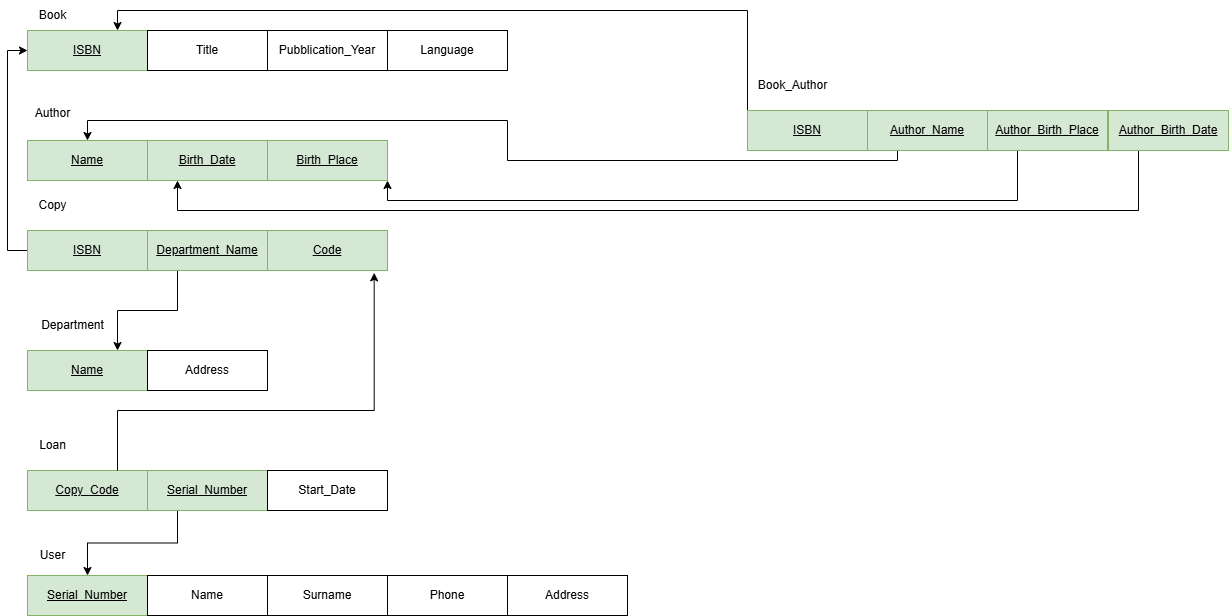
michele25-10/BasiDatiBiblioteca keeps this draw.io diagram as public/SchemaRelazionale.png. Above is the earlier version. Source tidied: cells renumbered, new cells last; positions are measured from the earlier drawing's top-left corner, leaving out a move shared by most shapes. Source of this version:
```xml
<mxGraphModel>
  <root>
    <mxCell id="0" />
    <mxCell id="1" parent="0" />
    <mxCell id="2" value="&lt;u&gt;ISBN&lt;/u&gt;" style="rounded=0;whiteSpace=wrap;html=1;fillColor=#d5e8d4;strokeColor=#82b366;" parent="1" vertex="1">
      <mxGeometry x="5" y="30" width="120" height="40" as="geometry" />
    </mxCell>
    <mxCell id="3" value="Book" style="text;html=1;align=center;verticalAlign=middle;strokeColor=none;fillColor=none;" parent="1" vertex="1">
      <mxGeometry x="5" width="50" height="30" as="geometry" />
    </mxCell>
    <mxCell id="4" value="Title" style="rounded=0;whiteSpace=wrap;html=1;" parent="1" vertex="1">
      <mxGeometry x="125" y="30" width="120" height="40" as="geometry" />
    </mxCell>
    <mxCell id="5" value="Pubblication_Year" style="rounded=0;whiteSpace=wrap;html=1;" parent="1" vertex="1">
      <mxGeometry x="245" y="30" width="120" height="40" as="geometry" />
    </mxCell>
    <mxCell id="6" value="Language" style="rounded=0;whiteSpace=wrap;html=1;" parent="1" vertex="1">
      <mxGeometry x="365" y="30" width="120" height="40" as="geometry" />
    </mxCell>
    <mxCell id="7" value="Author" style="text;html=1;align=center;verticalAlign=middle;strokeColor=none;fillColor=none;" parent="1" vertex="1">
      <mxGeometry y="98" width="60" height="30" as="geometry" />
    </mxCell>
    <mxCell id="8" value="&lt;u&gt;Name&lt;/u&gt;" style="rounded=0;whiteSpace=wrap;html=1;fillColor=#d5e8d4;strokeColor=#82b366;" parent="1" vertex="1">
      <mxGeometry x="5" y="140" width="120" height="40" as="geometry" />
    </mxCell>
    <mxCell id="9" value="&lt;u&gt;Birth_Date&lt;/u&gt;" style="rounded=0;whiteSpace=wrap;html=1;fillColor=#d5e8d4;strokeColor=#82b366;" parent="1" vertex="1">
      <mxGeometry x="125" y="140" width="120" height="40" as="geometry" />
    </mxCell>
    <mxCell id="10" value="&lt;u&gt;Birth_Place&lt;/u&gt;" style="rounded=0;whiteSpace=wrap;html=1;fillColor=#d5e8d4;strokeColor=#82b366;" parent="1" vertex="1">
      <mxGeometry x="245" y="140" width="120" height="40" as="geometry" />
    </mxCell>
    <mxCell id="11" value="Copy" style="text;html=1;align=center;verticalAlign=middle;strokeColor=none;fillColor=none;" parent="1" vertex="1">
      <mxGeometry x="5" y="190" width="50" height="30" as="geometry" />
    </mxCell>
    <mxCell id="12" style="edgeStyle=orthogonalEdgeStyle;rounded=0;jettySize=auto;html=1;exitX=0;exitY=0.5;exitDx=0;exitDy=0;entryX=0;entryY=0.5;entryDx=0;entryDy=0;" parent="1" edge="1" source="13" target="2">
      <mxGeometry relative="1" as="geometry" />
    </mxCell>
    <mxCell id="13" value="&lt;u&gt;ISBN&lt;/u&gt;" style="rounded=0;whiteSpace=wrap;html=1;fillColor=#d5e8d4;strokeColor=#82b366;" parent="1" vertex="1">
      <mxGeometry x="5" y="230" width="120" height="40" as="geometry" />
    </mxCell>
    <mxCell id="14" value="Department" style="text;html=1;align=center;verticalAlign=middle;strokeColor=none;fillColor=none;" parent="1" vertex="1">
      <mxGeometry x="5" y="310" width="90" height="30" as="geometry" />
    </mxCell>
    <mxCell id="15" value="&lt;u&gt;Name&lt;/u&gt;" style="rounded=0;whiteSpace=wrap;html=1;fillColor=#d5e8d4;strokeColor=#82b366;" parent="1" vertex="1">
      <mxGeometry x="5" y="350" width="120" height="40" as="geometry" />
    </mxCell>
    <mxCell id="16" value="Address" style="rounded=0;whiteSpace=wrap;html=1;" parent="1" vertex="1">
      <mxGeometry x="125" y="350" width="120" height="40" as="geometry" />
    </mxCell>
    <mxCell id="17" value="Loan" style="text;html=1;align=center;verticalAlign=middle;strokeColor=none;fillColor=none;" parent="1" vertex="1">
      <mxGeometry x="5" y="430" width="50" height="30" as="geometry" />
    </mxCell>
    <mxCell id="18" value="&lt;u&gt;Copy_Code&lt;/u&gt;" style="rounded=0;whiteSpace=wrap;html=1;fillColor=#d5e8d4;strokeColor=#82b366;" parent="1" vertex="1">
      <mxGeometry x="5" y="470" width="120" height="40" as="geometry" />
    </mxCell>
    <mxCell id="19" style="edgeStyle=orthogonalEdgeStyle;rounded=0;jettySize=auto;html=1;exitX=0.25;exitY=1;exitDx=0;exitDy=0;" parent="1" edge="1" source="20" target="23">
      <mxGeometry relative="1" as="geometry" />
    </mxCell>
    <mxCell id="20" value="&lt;u&gt;Serial_Number&lt;/u&gt;" style="rounded=0;whiteSpace=wrap;html=1;fillColor=#d5e8d4;strokeColor=#82b366;" parent="1" vertex="1">
      <mxGeometry x="125" y="470" width="120" height="40" as="geometry" />
    </mxCell>
    <mxCell id="21" value="Start_Date" style="rounded=0;whiteSpace=wrap;html=1;" parent="1" vertex="1">
      <mxGeometry x="245" y="470" width="120" height="40" as="geometry" />
    </mxCell>
    <mxCell id="22" value="User" style="text;html=1;align=center;verticalAlign=middle;strokeColor=none;fillColor=none;" parent="1" vertex="1">
      <mxGeometry x="5" y="540" width="50" height="30" as="geometry" />
    </mxCell>
    <mxCell id="23" value="&lt;u&gt;Serial_Number&lt;/u&gt;" style="rounded=0;whiteSpace=wrap;html=1;fillColor=#d5e8d4;strokeColor=#82b366;" parent="1" vertex="1">
      <mxGeometry x="5" y="575" width="120" height="40" as="geometry" />
    </mxCell>
    <mxCell id="24" value="Name" style="rounded=0;whiteSpace=wrap;html=1;" parent="1" vertex="1">
      <mxGeometry x="125" y="575" width="120" height="40" as="geometry" />
    </mxCell>
    <mxCell id="25" value="Surname" style="rounded=0;whiteSpace=wrap;html=1;" parent="1" vertex="1">
      <mxGeometry x="245" y="575" width="120" height="40" as="geometry" />
    </mxCell>
    <mxCell id="26" value="Phone" style="rounded=0;whiteSpace=wrap;html=1;" parent="1" vertex="1">
      <mxGeometry x="365" y="575" width="120" height="40" as="geometry" />
    </mxCell>
    <mxCell id="27" value="Address" style="rounded=0;whiteSpace=wrap;html=1;" parent="1" vertex="1">
      <mxGeometry x="485" y="575" width="120" height="40" as="geometry" />
    </mxCell>
    <mxCell id="28" value="Book_Author" style="text;html=1;align=center;verticalAlign=middle;strokeColor=none;fillColor=none;" parent="1" vertex="1">
      <mxGeometry x="725" y="70" width="90" height="30" as="geometry" />
    </mxCell>
    <mxCell id="29" style="edgeStyle=orthogonalEdgeStyle;rounded=0;jettySize=auto;html=1;exitX=0;exitY=0;exitDx=0;exitDy=0;entryX=0.75;entryY=0;entryDx=0;entryDy=0;" parent="1" edge="1" source="30" target="2">
      <mxGeometry relative="1" as="geometry" />
    </mxCell>
    <mxCell id="30" value="&lt;u&gt;ISBN&lt;/u&gt;" style="rounded=0;whiteSpace=wrap;html=1;fillColor=#d5e8d4;strokeColor=#82b366;" parent="1" vertex="1">
      <mxGeometry x="725" y="110" width="120" height="40" as="geometry" />
    </mxCell>
    <mxCell id="31" style="edgeStyle=orthogonalEdgeStyle;rounded=0;jettySize=auto;html=1;exitX=0.25;exitY=1;exitDx=0;exitDy=0;entryX=0.5;entryY=0;entryDx=0;entryDy=0;" parent="1" edge="1" source="32" target="8">
      <mxGeometry relative="1" as="geometry">
        <Array as="points">
          <mxPoint x="875" y="160" />
          <mxPoint x="485" y="160" />
          <mxPoint x="485" y="120" />
          <mxPoint x="65" y="120" />
        </Array>
      </mxGeometry>
    </mxCell>
    <mxCell id="32" value="&lt;u&gt;Author_Name&lt;/u&gt;" style="rounded=0;whiteSpace=wrap;html=1;fillColor=#d5e8d4;strokeColor=#82b366;" parent="1" vertex="1">
      <mxGeometry x="845" y="110" width="120" height="40" as="geometry" />
    </mxCell>
    <mxCell id="33" style="edgeStyle=orthogonalEdgeStyle;rounded=0;jettySize=auto;html=1;exitX=0.25;exitY=1;exitDx=0;exitDy=0;entryX=1;entryY=1;entryDx=0;entryDy=0;" parent="1" edge="1" source="34" target="10">
      <mxGeometry relative="1" as="geometry" />
    </mxCell>
    <mxCell id="34" value="&lt;u&gt;Author_Birth_Place&lt;/u&gt;" style="rounded=0;whiteSpace=wrap;html=1;fillColor=#d5e8d4;strokeColor=#82b366;" parent="1" vertex="1">
      <mxGeometry x="965" y="110" width="120" height="40" as="geometry" />
    </mxCell>
    <mxCell id="35" style="edgeStyle=orthogonalEdgeStyle;rounded=0;jettySize=auto;html=1;exitX=0.25;exitY=1;exitDx=0;exitDy=0;entryX=0.25;entryY=1;entryDx=0;entryDy=0;" parent="1" edge="1" source="36" target="9">
      <mxGeometry relative="1" as="geometry">
        <Array as="points">
          <mxPoint x="1116" y="210" />
          <mxPoint x="155" y="210" />
        </Array>
      </mxGeometry>
    </mxCell>
    <mxCell id="36" value="&lt;u&gt;Author_Birth_Date&lt;/u&gt;" style="rounded=0;whiteSpace=wrap;html=1;fillColor=#d5e8d4;strokeColor=#82b366;" parent="1" vertex="1">
      <mxGeometry x="1086" y="110" width="120" height="40" as="geometry" />
    </mxCell>
    <mxCell id="37" style="edgeStyle=orthogonalEdgeStyle;rounded=0;jettySize=auto;html=1;exitX=0.25;exitY=1;exitDx=0;exitDy=0;entryX=0.75;entryY=0;entryDx=0;entryDy=0;" parent="1" edge="1" source="38" target="15">
      <mxGeometry relative="1" as="geometry" />
    </mxCell>
    <mxCell id="38" value="&lt;u&gt;Department_Name&lt;/u&gt;" style="rounded=0;whiteSpace=wrap;html=1;fillColor=#d5e8d4;strokeColor=#82b366;" parent="1" vertex="1">
      <mxGeometry x="125" y="230" width="120" height="40" as="geometry" />
    </mxCell>
    <mxCell id="39" value="&lt;u&gt;Code&lt;/u&gt;" style="rounded=0;whiteSpace=wrap;html=1;fillColor=#d5e8d4;strokeColor=#82b366;" parent="1" vertex="1">
      <mxGeometry x="245" y="230" width="120" height="40" as="geometry" />
    </mxCell>
    <mxCell id="40" style="edgeStyle=orthogonalEdgeStyle;rounded=0;jettySize=auto;html=1;exitX=0.75;exitY=0;exitDx=0;exitDy=0;entryX=0.889;entryY=1.058;entryDx=0;entryDy=0;entryPerimeter=0;" parent="1" edge="1" source="18" target="39">
      <mxGeometry relative="1" as="geometry">
        <Array as="points">
          <mxPoint x="95" y="410" />
          <mxPoint x="352" y="410" />
        </Array>
      </mxGeometry>
    </mxCell>
  </root>
</mxGraphModel>
```
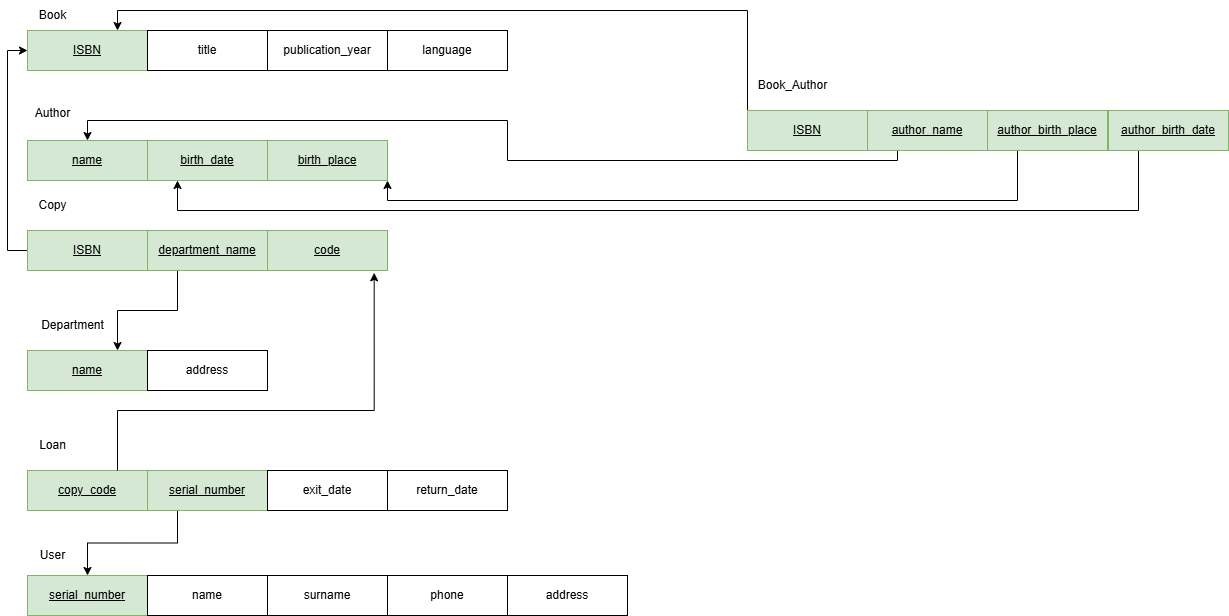
The same diagram one commit later.

Commit message:
Modifiche diagrammi

Change to the diagram source:
```diff
@@ -8,25 +8,25 @@
     <mxCell id="3" value="Book" style="text;html=1;align=center;verticalAlign=middle;strokeColor=none;fillColor=none;" parent="1" vertex="1">
       <mxGeometry x="5" width="50" height="30" as="geometry" />
     </mxCell>
-    <mxCell id="4" value="Title" style="rounded=0;whiteSpace=wrap;html=1;" parent="1" vertex="1">
+    <mxCell id="4" value="title" style="rounded=0;whiteSpace=wrap;html=1;" parent="1" vertex="1">
       <mxGeometry x="125" y="30" width="120" height="40" as="geometry" />
     </mxCell>
-    <mxCell id="5" value="Pubblication_Year" style="rounded=0;whiteSpace=wrap;html=1;" parent="1" vertex="1">
+    <mxCell id="5" value="publication_year" style="rounded=0;whiteSpace=wrap;html=1;" parent="1" vertex="1">
       <mxGeometry x="245" y="30" width="120" height="40" as="geometry" />
     </mxCell>
-    <mxCell id="6" value="Language" style="rounded=0;whiteSpace=wrap;html=1;" parent="1" vertex="1">
+    <mxCell id="6" value="language" style="rounded=0;whiteSpace=wrap;html=1;" parent="1" vertex="1">
       <mxGeometry x="365" y="30" width="120" height="40" as="geometry" />
     </mxCell>
     <mxCell id="7" value="Author" style="text;html=1;align=center;verticalAlign=middle;strokeColor=none;fillColor=none;" parent="1" vertex="1">
       <mxGeometry y="98" width="60" height="30" as="geometry" />
     </mxCell>
-    <mxCell id="8" value="&lt;u&gt;Name&lt;/u&gt;" style="rounded=0;whiteSpace=wrap;html=1;fillColor=#d5e8d4;strokeColor=#82b366;" parent="1" vertex="1">
+    <mxCell id="8" value="&lt;u&gt;name&lt;/u&gt;" style="rounded=0;whiteSpace=wrap;html=1;fillColor=#d5e8d4;strokeColor=#82b366;" parent="1" vertex="1">
       <mxGeometry x="5" y="140" width="120" height="40" as="geometry" />
     </mxCell>
-    <mxCell id="9" value="&lt;u&gt;Birth_Date&lt;/u&gt;" style="rounded=0;whiteSpace=wrap;html=1;fillColor=#d5e8d4;strokeColor=#82b366;" parent="1" vertex="1">
+    <mxCell id="9" value="&lt;u&gt;birth_date&lt;/u&gt;" style="rounded=0;whiteSpace=wrap;html=1;fillColor=#d5e8d4;strokeColor=#82b366;" parent="1" vertex="1">
       <mxGeometry x="125" y="140" width="120" height="40" as="geometry" />
     </mxCell>
-    <mxCell id="10" value="&lt;u&gt;Birth_Place&lt;/u&gt;" style="rounded=0;whiteSpace=wrap;html=1;fillColor=#d5e8d4;strokeColor=#82b366;" parent="1" vertex="1">
+    <mxCell id="10" value="&lt;u&gt;birth_place&lt;/u&gt;" style="rounded=0;whiteSpace=wrap;html=1;fillColor=#d5e8d4;strokeColor=#82b366;" parent="1" vertex="1">
       <mxGeometry x="245" y="140" width="120" height="40" as="geometry" />
     </mxCell>
     <mxCell id="11" value="Copy" style="text;html=1;align=center;verticalAlign=middle;strokeColor=none;fillColor=none;" parent="1" vertex="1">
@@ -41,43 +41,43 @@
     <mxCell id="14" value="Department" style="text;html=1;align=center;verticalAlign=middle;strokeColor=none;fillColor=none;" parent="1" vertex="1">
       <mxGeometry x="5" y="310" width="90" height="30" as="geometry" />
     </mxCell>
-    <mxCell id="15" value="&lt;u&gt;Name&lt;/u&gt;" style="rounded=0;whiteSpace=wrap;html=1;fillColor=#d5e8d4;strokeColor=#82b366;" parent="1" vertex="1">
+    <mxCell id="15" value="&lt;u&gt;name&lt;/u&gt;" style="rounded=0;whiteSpace=wrap;html=1;fillColor=#d5e8d4;strokeColor=#82b366;" parent="1" vertex="1">
       <mxGeometry x="5" y="350" width="120" height="40" as="geometry" />
     </mxCell>
-    <mxCell id="16" value="Address" style="rounded=0;whiteSpace=wrap;html=1;" parent="1" vertex="1">
+    <mxCell id="16" value="address" style="rounded=0;whiteSpace=wrap;html=1;" parent="1" vertex="1">
       <mxGeometry x="125" y="350" width="120" height="40" as="geometry" />
     </mxCell>
     <mxCell id="17" value="Loan" style="text;html=1;align=center;verticalAlign=middle;strokeColor=none;fillColor=none;" parent="1" vertex="1">
       <mxGeometry x="5" y="430" width="50" height="30" as="geometry" />
     </mxCell>
-    <mxCell id="18" value="&lt;u&gt;Copy_Code&lt;/u&gt;" style="rounded=0;whiteSpace=wrap;html=1;fillColor=#d5e8d4;strokeColor=#82b366;" parent="1" vertex="1">
+    <mxCell id="18" value="&lt;u&gt;copy_code&lt;/u&gt;" style="rounded=0;whiteSpace=wrap;html=1;fillColor=#d5e8d4;strokeColor=#82b366;" parent="1" vertex="1">
       <mxGeometry x="5" y="470" width="120" height="40" as="geometry" />
     </mxCell>
     <mxCell id="19" style="edgeStyle=orthogonalEdgeStyle;rounded=0;jettySize=auto;html=1;exitX=0.25;exitY=1;exitDx=0;exitDy=0;" parent="1" edge="1" source="20" target="23">
       <mxGeometry relative="1" as="geometry" />
     </mxCell>
-    <mxCell id="20" value="&lt;u&gt;Serial_Number&lt;/u&gt;" style="rounded=0;whiteSpace=wrap;html=1;fillColor=#d5e8d4;strokeColor=#82b366;" parent="1" vertex="1">
+    <mxCell id="20" value="&lt;u&gt;serial_number&lt;/u&gt;" style="rounded=0;whiteSpace=wrap;html=1;fillColor=#d5e8d4;strokeColor=#82b366;" parent="1" vertex="1">
       <mxGeometry x="125" y="470" width="120" height="40" as="geometry" />
     </mxCell>
-    <mxCell id="21" value="Start_Date" style="rounded=0;whiteSpace=wrap;html=1;" parent="1" vertex="1">
+    <mxCell id="21" value="exit_date" style="rounded=0;whiteSpace=wrap;html=1;" parent="1" vertex="1">
       <mxGeometry x="245" y="470" width="120" height="40" as="geometry" />
     </mxCell>
     <mxCell id="22" value="User" style="text;html=1;align=center;verticalAlign=middle;strokeColor=none;fillColor=none;" parent="1" vertex="1">
       <mxGeometry x="5" y="540" width="50" height="30" as="geometry" />
     </mxCell>
-    <mxCell id="23" value="&lt;u&gt;Serial_Number&lt;/u&gt;" style="rounded=0;whiteSpace=wrap;html=1;fillColor=#d5e8d4;strokeColor=#82b366;" parent="1" vertex="1">
+    <mxCell id="23" value="&lt;u&gt;serial_number&lt;/u&gt;" style="rounded=0;whiteSpace=wrap;html=1;fillColor=#d5e8d4;strokeColor=#82b366;" parent="1" vertex="1">
       <mxGeometry x="5" y="575" width="120" height="40" as="geometry" />
     </mxCell>
-    <mxCell id="24" value="Name" style="rounded=0;whiteSpace=wrap;html=1;" parent="1" vertex="1">
+    <mxCell id="24" value="name" style="rounded=0;whiteSpace=wrap;html=1;" parent="1" vertex="1">
       <mxGeometry x="125" y="575" width="120" height="40" as="geometry" />
     </mxCell>
-    <mxCell id="25" value="Surname" style="rounded=0;whiteSpace=wrap;html=1;" parent="1" vertex="1">
+    <mxCell id="25" value="surname" style="rounded=0;whiteSpace=wrap;html=1;" parent="1" vertex="1">
       <mxGeometry x="245" y="575" width="120" height="40" as="geometry" />
     </mxCell>
-    <mxCell id="26" value="Phone" style="rounded=0;whiteSpace=wrap;html=1;" parent="1" vertex="1">
+    <mxCell id="26" value="phone" style="rounded=0;whiteSpace=wrap;html=1;" parent="1" vertex="1">
       <mxGeometry x="365" y="575" width="120" height="40" as="geometry" />
     </mxCell>
-    <mxCell id="27" value="Address" style="rounded=0;whiteSpace=wrap;html=1;" parent="1" vertex="1">
+    <mxCell id="27" value="address" style="rounded=0;whiteSpace=wrap;html=1;" parent="1" vertex="1">
       <mxGeometry x="485" y="575" width="120" height="40" as="geometry" />
     </mxCell>
     <mxCell id="28" value="Book_Author" style="text;html=1;align=center;verticalAlign=middle;strokeColor=none;fillColor=none;" parent="1" vertex="1">
@@ -99,13 +99,13 @@
         </Array>
       </mxGeometry>
     </mxCell>
-    <mxCell id="32" value="&lt;u&gt;Author_Name&lt;/u&gt;" style="rounded=0;whiteSpace=wrap;html=1;fillColor=#d5e8d4;strokeColor=#82b366;" parent="1" vertex="1">
+    <mxCell id="32" value="&lt;u&gt;author_name&lt;/u&gt;" style="rounded=0;whiteSpace=wrap;html=1;fillColor=#d5e8d4;strokeColor=#82b366;" parent="1" vertex="1">
       <mxGeometry x="845" y="110" width="120" height="40" as="geometry" />
     </mxCell>
     <mxCell id="33" style="edgeStyle=orthogonalEdgeStyle;rounded=0;jettySize=auto;html=1;exitX=0.25;exitY=1;exitDx=0;exitDy=0;entryX=1;entryY=1;entryDx=0;entryDy=0;" parent="1" edge="1" source="34" target="10">
       <mxGeometry relative="1" as="geometry" />
     </mxCell>
-    <mxCell id="34" value="&lt;u&gt;Author_Birth_Place&lt;/u&gt;" style="rounded=0;whiteSpace=wrap;html=1;fillColor=#d5e8d4;strokeColor=#82b366;" parent="1" vertex="1">
+    <mxCell id="34" value="&lt;u&gt;author_birth_place&lt;/u&gt;" style="rounded=0;whiteSpace=wrap;html=1;fillColor=#d5e8d4;strokeColor=#82b366;" parent="1" vertex="1">
       <mxGeometry x="965" y="110" width="120" height="40" as="geometry" />
     </mxCell>
     <mxCell id="35" style="edgeStyle=orthogonalEdgeStyle;rounded=0;jettySize=auto;html=1;exitX=0.25;exitY=1;exitDx=0;exitDy=0;entryX=0.25;entryY=1;entryDx=0;entryDy=0;" parent="1" edge="1" source="36" target="9">
@@ -116,16 +116,16 @@
         </Array>
       </mxGeometry>
     </mxCell>
-    <mxCell id="36" value="&lt;u&gt;Author_Birth_Date&lt;/u&gt;" style="rounded=0;whiteSpace=wrap;html=1;fillColor=#d5e8d4;strokeColor=#82b366;" parent="1" vertex="1">
+    <mxCell id="36" value="&lt;u&gt;author_birth_date&lt;/u&gt;" style="rounded=0;whiteSpace=wrap;html=1;fillColor=#d5e8d4;strokeColor=#82b366;" parent="1" vertex="1">
       <mxGeometry x="1086" y="110" width="120" height="40" as="geometry" />
     </mxCell>
     <mxCell id="37" style="edgeStyle=orthogonalEdgeStyle;rounded=0;jettySize=auto;html=1;exitX=0.25;exitY=1;exitDx=0;exitDy=0;entryX=0.75;entryY=0;entryDx=0;entryDy=0;" parent="1" edge="1" source="38" target="15">
       <mxGeometry relative="1" as="geometry" />
     </mxCell>
-    <mxCell id="38" value="&lt;u&gt;Department_Name&lt;/u&gt;" style="rounded=0;whiteSpace=wrap;html=1;fillColor=#d5e8d4;strokeColor=#82b366;" parent="1" vertex="1">
+    <mxCell id="38" value="&lt;u&gt;department_name&lt;/u&gt;" style="rounded=0;whiteSpace=wrap;html=1;fillColor=#d5e8d4;strokeColor=#82b366;" parent="1" vertex="1">
       <mxGeometry x="125" y="230" width="120" height="40" as="geometry" />
     </mxCell>
-    <mxCell id="39" value="&lt;u&gt;Code&lt;/u&gt;" style="rounded=0;whiteSpace=wrap;html=1;fillColor=#d5e8d4;strokeColor=#82b366;" parent="1" vertex="1">
+    <mxCell id="39" value="&lt;u&gt;code&lt;/u&gt;" style="rounded=0;whiteSpace=wrap;html=1;fillColor=#d5e8d4;strokeColor=#82b366;" parent="1" vertex="1">
       <mxGeometry x="245" y="230" width="120" height="40" as="geometry" />
     </mxCell>
     <mxCell id="40" style="edgeStyle=orthogonalEdgeStyle;rounded=0;jettySize=auto;html=1;exitX=0.75;exitY=0;exitDx=0;exitDy=0;entryX=0.889;entryY=1.058;entryDx=0;entryDy=0;entryPerimeter=0;" parent="1" edge="1" source="18" target="39">
@@ -136,5 +136,8 @@
         </Array>
       </mxGeometry>
     </mxCell>
+    <mxCell id="41" value="return_date" style="rounded=0;whiteSpace=wrap;html=1;" parent="1" vertex="1">
+      <mxGeometry x="365" y="470" width="120" height="40" as="geometry" />
+    </mxCell>
   </root>
 </mxGraphModel>
```
